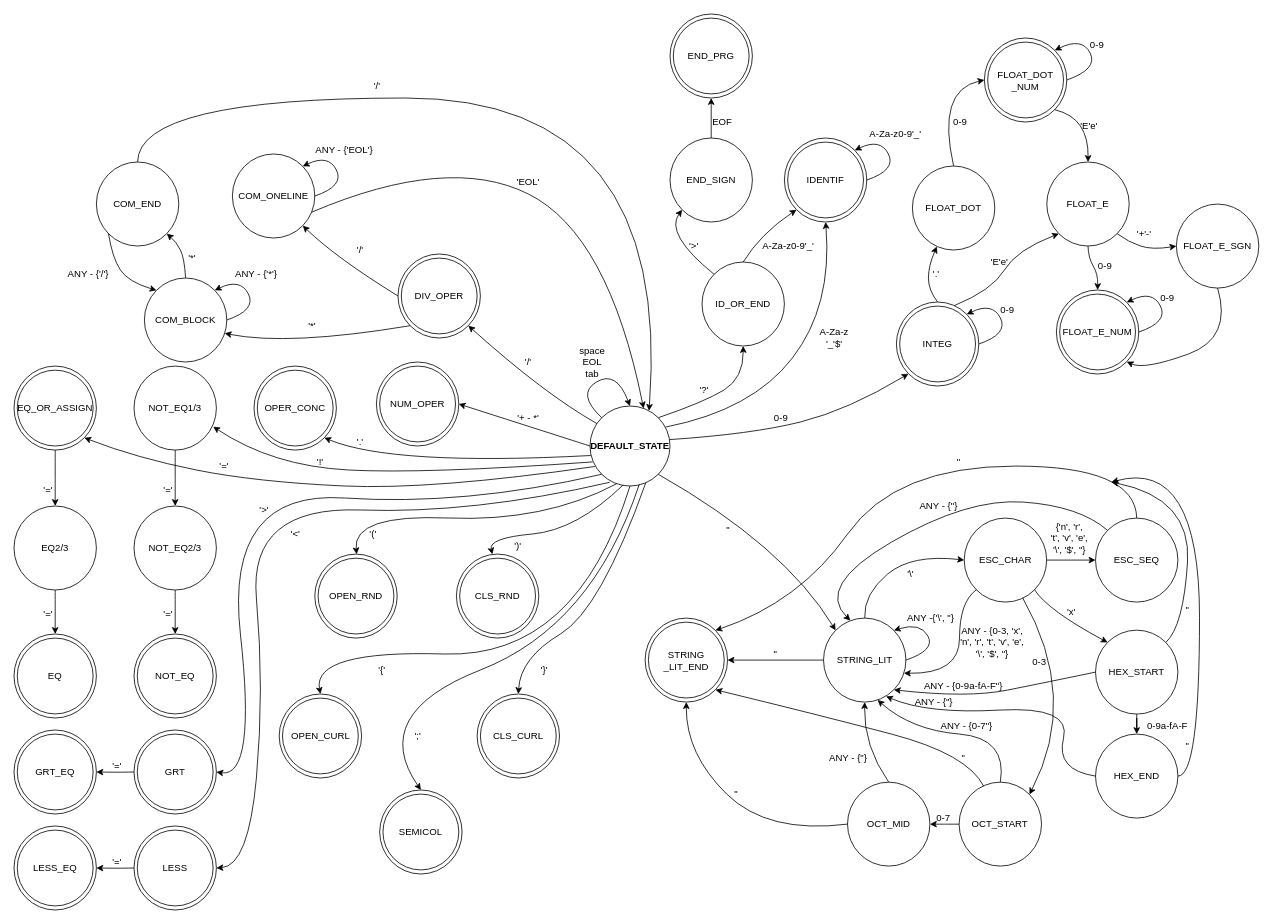
The draw.io diagram info/DFSM-pro-scanner.drawio in Daniel-Jacobs-FIT/projekt_prekladac, before the edit. Source tidied: cells renumbered, new cells numbered last; positions are measured from the earlier drawing's top-left corner, leaving out a move shared by most shapes. Both pictures are drawn from the tidied source at 80%, with x=0, y=0 at pixel (14, 14).
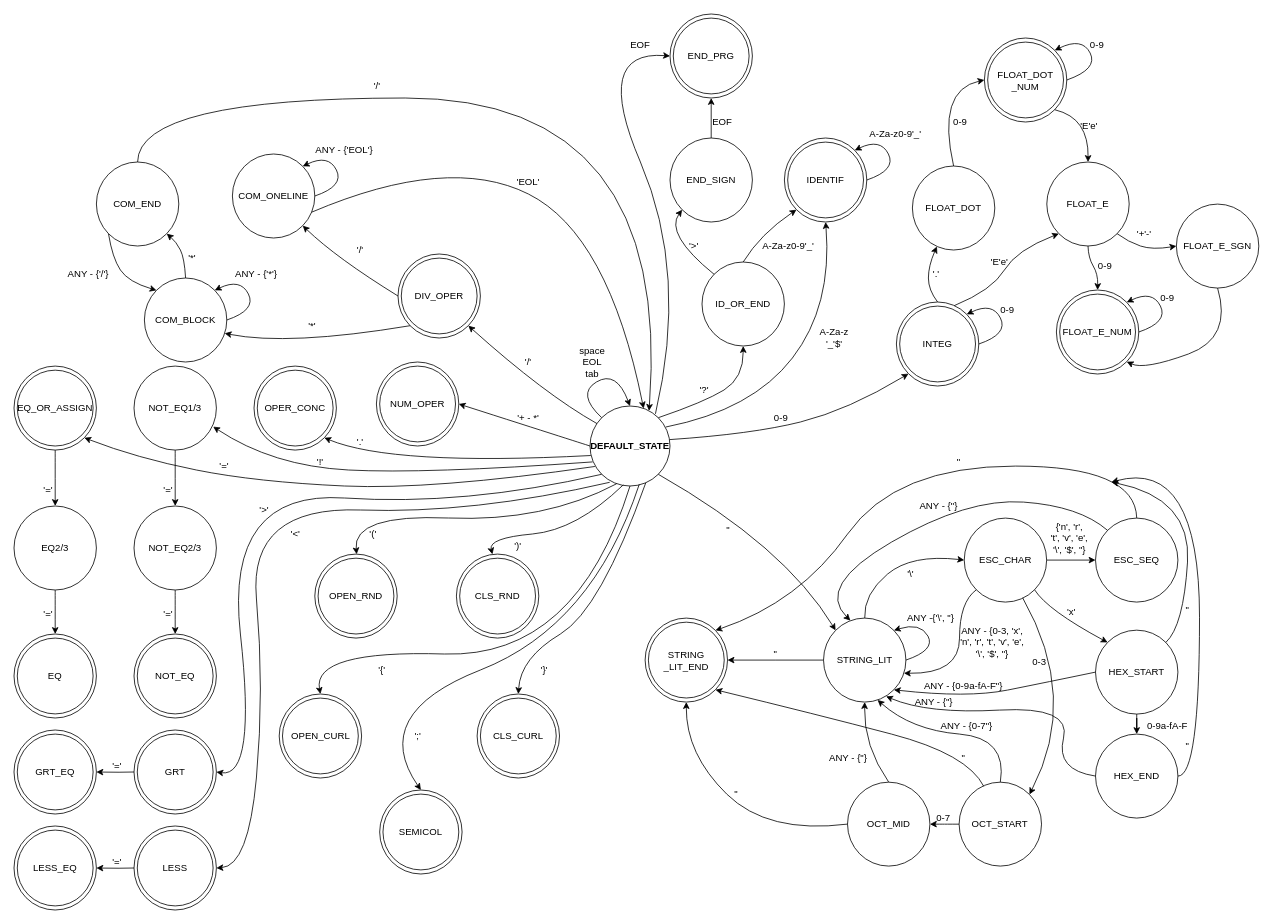
The same diagram, later.

Commit message:
osetreni EOF v default stavu v FSM diagramu

Unchanged cells that the change refers to:
```xml
<mxCell id="2" value="&lt;div&gt;&lt;b&gt;DEFAULT_STATE&lt;br&gt;&lt;/b&gt;&lt;/div&gt;" style="ellipse;whiteSpace=wrap;html=1;" parent="1" vertex="1">
  <mxGeometry x="720" y="490" width="100" height="100" as="geometry" />
</mxCell>
<mxCell id="106" value="END_SIGN" style="ellipse;whiteSpace=wrap;html=1;" parent="1" vertex="1">
  <mxGeometry x="820" width="103" height="105" as="geometry" />
</mxCell>
```

What changed in the source:
```diff
@@
+    <mxCell id="190" style="curved=1;endArrow=classic;html=1;rounded=0;exitX=0.818;exitY=0.098;exitDx=0;exitDy=0;exitPerimeter=0;entryX=0;entryY=0.5;entryDx=0;entryDy=0;" parent="1" edge="1" source="2" target="106">
+      <mxGeometry relative="1" as="geometry">
+        <Array as="points">
+          <mxPoint x="843" y="325" />
+          <mxPoint x="723" y="45" />
+        </Array>
+      </mxGeometry>
+    </mxCell>
+    <mxCell id="191" value="EOF" style="text;html=1;strokeColor=none;fillColor=none;align=center;verticalAlign=middle;whiteSpace=wrap;rounded=0;" parent="1" vertex="1">
+      <mxGeometry x="753" y="23.8" width="60" height="30" as="geometry" />
+    </mxCell>
```
